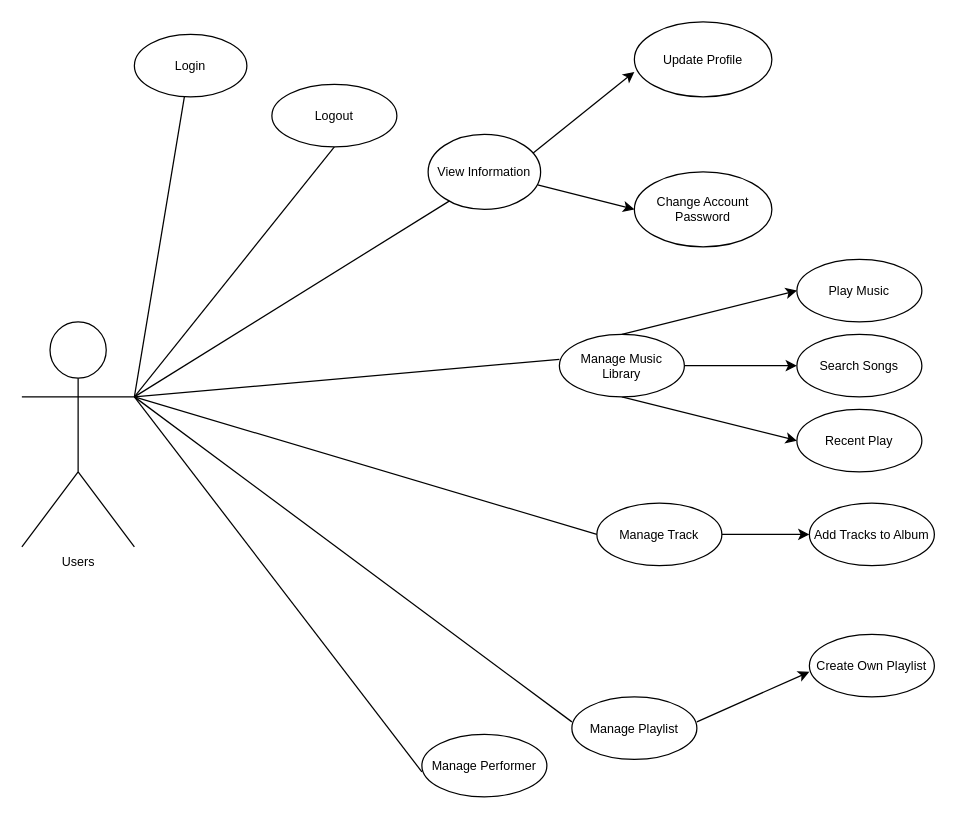
This is page "Use-case" (3 of 3) of Mobile dev.drawio from phuongthunee/Online-Music-Player, a draw.io file, before an edit. Source tidied: cells renumbered, new cells numbered last; positions are measured from the earlier drawing's top-left corner, leaving out a move shared by most shapes. Both pictures are drawn from the tidied source at 125%, with x=0, y=0 at pixel (21, 21).
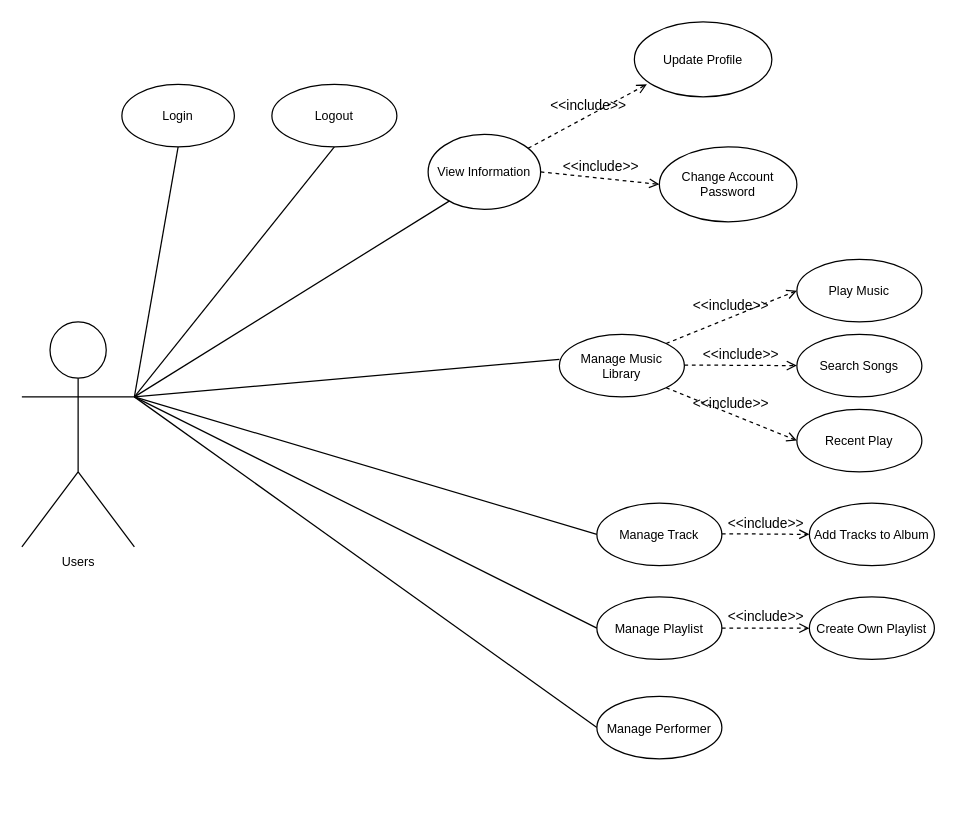
The same diagram, later.

The change refers to these unchanged cells:
```xml
<mxCell id="2" value="Users" style="shape=umlActor;verticalLabelPosition=bottom;verticalAlign=top;html=1;fontSize=10;" parent="1" vertex="1">
  <mxGeometry y="240" width="90" height="180" as="geometry" />
</mxCell>
<mxCell id="19" value="View Information" style="ellipse;whiteSpace=wrap;html=1;fontSize=10;" parent="1" vertex="1">
  <mxGeometry x="325" y="90" width="90" height="60" as="geometry" />
</mxCell>
<mxCell id="20" value="Update Profile" style="ellipse;whiteSpace=wrap;html=1;fontSize=10;" parent="1" vertex="1">
  <mxGeometry x="490" width="110" height="60" as="geometry" />
</mxCell>
<mxCell id="22" value="Manage Music Library" style="ellipse;whiteSpace=wrap;html=1;fontSize=10;" parent="1" vertex="1">
  <mxGeometry x="430" y="250" width="100" height="50" as="geometry" />
</mxCell>
<mxCell id="23" value="Play Music" style="ellipse;whiteSpace=wrap;html=1;fontSize=10;" parent="1" vertex="1">
  <mxGeometry x="620" y="190" width="100" height="50" as="geometry" />
</mxCell>
<mxCell id="24" value="Search Songs" style="ellipse;whiteSpace=wrap;html=1;fontSize=10;" parent="1" vertex="1">
  <mxGeometry x="620" y="250" width="100" height="50" as="geometry" />
</mxCell>
<mxCell id="25" value="Recent Play" style="ellipse;whiteSpace=wrap;html=1;fontSize=10;" parent="1" vertex="1">
  <mxGeometry x="620" y="310" width="100" height="50" as="geometry" />
</mxCell>
<mxCell id="26" value="Manage Track" style="ellipse;whiteSpace=wrap;html=1;fontSize=10;" parent="1" vertex="1">
  <mxGeometry x="460" y="385" width="100" height="50" as="geometry" />
</mxCell>
```

Diff of the diagram source:
```diff
@@
-    <mxCell id="3" style="endArrow=none;html=1;rounded=0;fontSize=10;exitX=1;exitY=0.3333333333333333;exitDx=0;exitDy=0;exitPerimeter=0;entryX=0.5;entryY=1;entryDx=0;entryDy=0;" parent="1" edge="1" source="2">
-      <mxGeometry relative="1" as="geometry">
-        <mxPoint x="130" y="60" as="targetPoint" />
-      </mxGeometry>
+    <mxCell id="3" style="endArrow=none;html=1;rounded=0;fontSize=10;exitX=1;exitY=0.3333333333333333;exitDx=0;exitDy=0;exitPerimeter=0;entryX=0.5;entryY=1;entryDx=0;entryDy=0;" parent="1" edge="1" source="2" target="17">
+      <mxGeometry relative="1" as="geometry" />
     </mxCell>
@@
-    <mxCell id="7" style="endArrow=none;html=1;rounded=0;fontSize=10;entryX=0;entryY=0.5;entryDx=0;entryDy=0;" parent="1" edge="1">
+    <mxCell id="7" style="endArrow=none;html=1;rounded=0;fontSize=10;entryX=0;entryY=0.5;entryDx=0;entryDy=0;" parent="1" edge="1" target="28">
       <mxGeometry relative="1" as="geometry">
         <mxPoint x="90" y="300" as="sourcePoint" />
-        <mxPoint x="440" y="560" as="targetPoint" />
       </mxGeometry>
     </mxCell>
-    <mxCell id="8" style="endArrow=none;html=1;rounded=0;fontSize=10;entryX=0;entryY=0.5;entryDx=0;entryDy=0;" parent="1" edge="1">
+    <mxCell id="8" style="endArrow=none;html=1;rounded=0;fontSize=10;entryX=0;entryY=0.5;entryDx=0;entryDy=0;" parent="1" edge="1" target="30">
       <mxGeometry relative="1" as="geometry">
         <mxPoint x="90" y="300" as="sourcePoint" />
-        <mxPoint x="320" y="600" as="targetPoint" />
       </mxGeometry>
     </mxCell>
@@
-    <mxCell id="10" style="endArrow=classic;html=1;rounded=0;fontSize=10;exitX=0.934;exitY=0.247;exitDx=0;exitDy=0;exitPerimeter=0;" parent="1" edge="1" source="19">
-      <mxGeometry relative="1" as="geometry">
-        <mxPoint x="490" y="40" as="targetPoint" />
-      </mxGeometry>
-    </mxCell>
-    <mxCell id="11" style="endArrow=classic;html=1;rounded=0;fontSize=10;entryX=0;entryY=0.5;entryDx=0;entryDy=0;exitX=0.973;exitY=0.672;exitDx=0;exitDy=0;exitPerimeter=0;" parent="1" edge="1" source="19">
-      <mxGeometry relative="1" as="geometry">
-        <mxPoint x="490" y="150" as="targetPoint" />
-      </mxGeometry>
-    </mxCell>
-    <mxCell id="12" style="endArrow=classic;html=1;rounded=0;fontSize=10;exitX=0.5;exitY=0;exitDx=0;exitDy=0;entryX=0;entryY=0.5;entryDx=0;entryDy=0;" parent="1" edge="1" target="23">
-      <mxGeometry relative="1" as="geometry">
-        <mxPoint x="480" y="250" as="sourcePoint" />
-      </mxGeometry>
-    </mxCell>
-    <mxCell id="13" style="endArrow=classic;html=1;rounded=0;fontSize=10;exitX=1;exitY=0.5;exitDx=0;exitDy=0;entryX=0;entryY=0.5;entryDx=0;entryDy=0;" parent="1" edge="1" source="22" target="24">
-      <mxGeometry relative="1" as="geometry" />
-    </mxCell>
-    <mxCell id="14" style="endArrow=classic;html=1;rounded=0;fontSize=10;exitX=1;exitY=0.5;exitDx=0;exitDy=0;entryX=0;entryY=0.5;entryDx=0;entryDy=0;" parent="1" edge="1" source="26">
-      <mxGeometry relative="1" as="geometry">
-        <mxPoint x="630" y="410" as="targetPoint" />
-      </mxGeometry>
-    </mxCell>
-    <mxCell id="15" style="endArrow=classic;html=1;rounded=0;fontSize=10;exitX=1;exitY=0.5;exitDx=0;exitDy=0;entryX=0;entryY=0.5;entryDx=0;entryDy=0;" parent="1" edge="1">
-      <mxGeometry relative="1" as="geometry">
-        <mxPoint x="540" y="560" as="sourcePoint" />
-        <mxPoint x="630" y="520" as="targetPoint" />
-      </mxGeometry>
-    </mxCell>
-    <mxCell id="16" style="endArrow=classic;html=1;rounded=0;fontSize=10;exitX=0.5;exitY=1;exitDx=0;exitDy=0;entryX=0;entryY=0.5;entryDx=0;entryDy=0;" parent="1" edge="1" target="25">
-      <mxGeometry relative="1" as="geometry">
-        <mxPoint x="480" y="300" as="sourcePoint" />
-      </mxGeometry>
-    </mxCell>
     <mxCell id="17" value="Login" style="ellipse;whiteSpace=wrap;html=1;fontSize=10;" parent="1" vertex="1">
-      <mxGeometry x="90" y="10" width="90" height="50" as="geometry" />
+      <mxGeometry x="80" y="50" width="90" height="50" as="geometry" />
     </mxCell>
@@
     <mxCell id="21" value="Change Account Password" style="ellipse;whiteSpace=wrap;html=1;fontSize=10;" parent="1" vertex="1">
-      <mxGeometry x="490" y="120" width="110" height="60" as="geometry" />
+      <mxGeometry x="510" y="100" width="110" height="60" as="geometry" />
     </mxCell>
@@
     <mxCell id="28" value="Manage Playlist" style="ellipse;whiteSpace=wrap;html=1;fontSize=10;" parent="1" vertex="1">
-      <mxGeometry x="440" y="540" width="100" height="50" as="geometry" />
+      <mxGeometry x="460" y="460" width="100" height="50" as="geometry" />
     </mxCell>
     <mxCell id="29" value="Create Own Playlist" style="ellipse;whiteSpace=wrap;html=1;fontSize=10;" parent="1" vertex="1">
-      <mxGeometry x="630" y="490" width="100" height="50" as="geometry" />
+      <mxGeometry x="630" y="460" width="100" height="50" as="geometry" />
     </mxCell>
     <mxCell id="30" value="Manage Performer" style="ellipse;whiteSpace=wrap;html=1;fontSize=10;" parent="1" vertex="1">
-      <mxGeometry x="320" y="570" width="100" height="50" as="geometry" />
+      <mxGeometry x="460" y="539.5" width="100" height="50" as="geometry" />
     </mxCell>
+    <mxCell id="31" value="&amp;lt;&amp;lt;include&amp;gt;&amp;gt;" style="html=1;verticalAlign=bottom;labelBackgroundColor=none;endArrow=open;endFill=0;dashed=1;rounded=0;entryX=0.091;entryY=0.833;entryDx=0;entryDy=0;entryPerimeter=0;" parent="1" edge="1" source="19" target="20">
+      <mxGeometry relative="1" as="geometry" />
+    </mxCell>
+    <mxCell id="32" value="&amp;lt;&amp;lt;include&amp;gt;&amp;gt;" style="html=1;verticalAlign=bottom;labelBackgroundColor=none;endArrow=open;endFill=0;dashed=1;rounded=0;entryX=0;entryY=0.5;entryDx=0;entryDy=0;" parent="1" edge="1" target="21">
+      <mxGeometry relative="1" as="geometry">
+        <mxPoint x="415" y="120" as="sourcePoint" />
+      </mxGeometry>
+    </mxCell>
+    <mxCell id="33" value="&amp;lt;&amp;lt;include&amp;gt;&amp;gt;" style="html=1;verticalAlign=bottom;labelBackgroundColor=none;endArrow=open;endFill=0;dashed=1;rounded=0;entryX=0;entryY=0.5;entryDx=0;entryDy=0;exitX=1;exitY=0;exitDx=0;exitDy=0;" parent="1" edge="1" source="22" target="23">
+      <mxGeometry relative="1" as="geometry" />
+    </mxCell>
+    <mxCell id="34" value="&amp;lt;&amp;lt;include&amp;gt;&amp;gt;" style="html=1;verticalAlign=bottom;labelBackgroundColor=none;endArrow=open;endFill=0;dashed=1;rounded=0;" parent="1" edge="1">
+      <mxGeometry relative="1" as="geometry">
+        <mxPoint x="530" y="274.5" as="sourcePoint" />
+        <mxPoint x="620" y="275" as="targetPoint" />
+      </mxGeometry>
+    </mxCell>
+    <mxCell id="35" value="&amp;lt;&amp;lt;include&amp;gt;&amp;gt;" style="html=1;verticalAlign=bottom;labelBackgroundColor=none;endArrow=open;endFill=0;dashed=1;rounded=0;entryX=0;entryY=0.5;entryDx=0;entryDy=0;exitX=1;exitY=1;exitDx=0;exitDy=0;" parent="1" edge="1" source="22" target="25">
+      <mxGeometry relative="1" as="geometry" />
+    </mxCell>
+    <mxCell id="36" value="&amp;lt;&amp;lt;include&amp;gt;&amp;gt;" style="html=1;verticalAlign=bottom;labelBackgroundColor=none;endArrow=open;endFill=0;dashed=1;rounded=0;" parent="1" edge="1">
+      <mxGeometry relative="1" as="geometry">
+        <mxPoint x="560" y="409.5" as="sourcePoint" />
+        <mxPoint x="630" y="410" as="targetPoint" />
+      </mxGeometry>
+    </mxCell>
+    <mxCell id="37" value="&amp;lt;&amp;lt;include&amp;gt;&amp;gt;" style="html=1;verticalAlign=bottom;labelBackgroundColor=none;endArrow=open;endFill=0;dashed=1;rounded=0;entryX=0;entryY=0.5;entryDx=0;entryDy=0;exitX=1;exitY=0.5;exitDx=0;exitDy=0;" parent="1" edge="1" source="28" target="29">
+      <mxGeometry relative="1" as="geometry" />
+    </mxCell>
```
